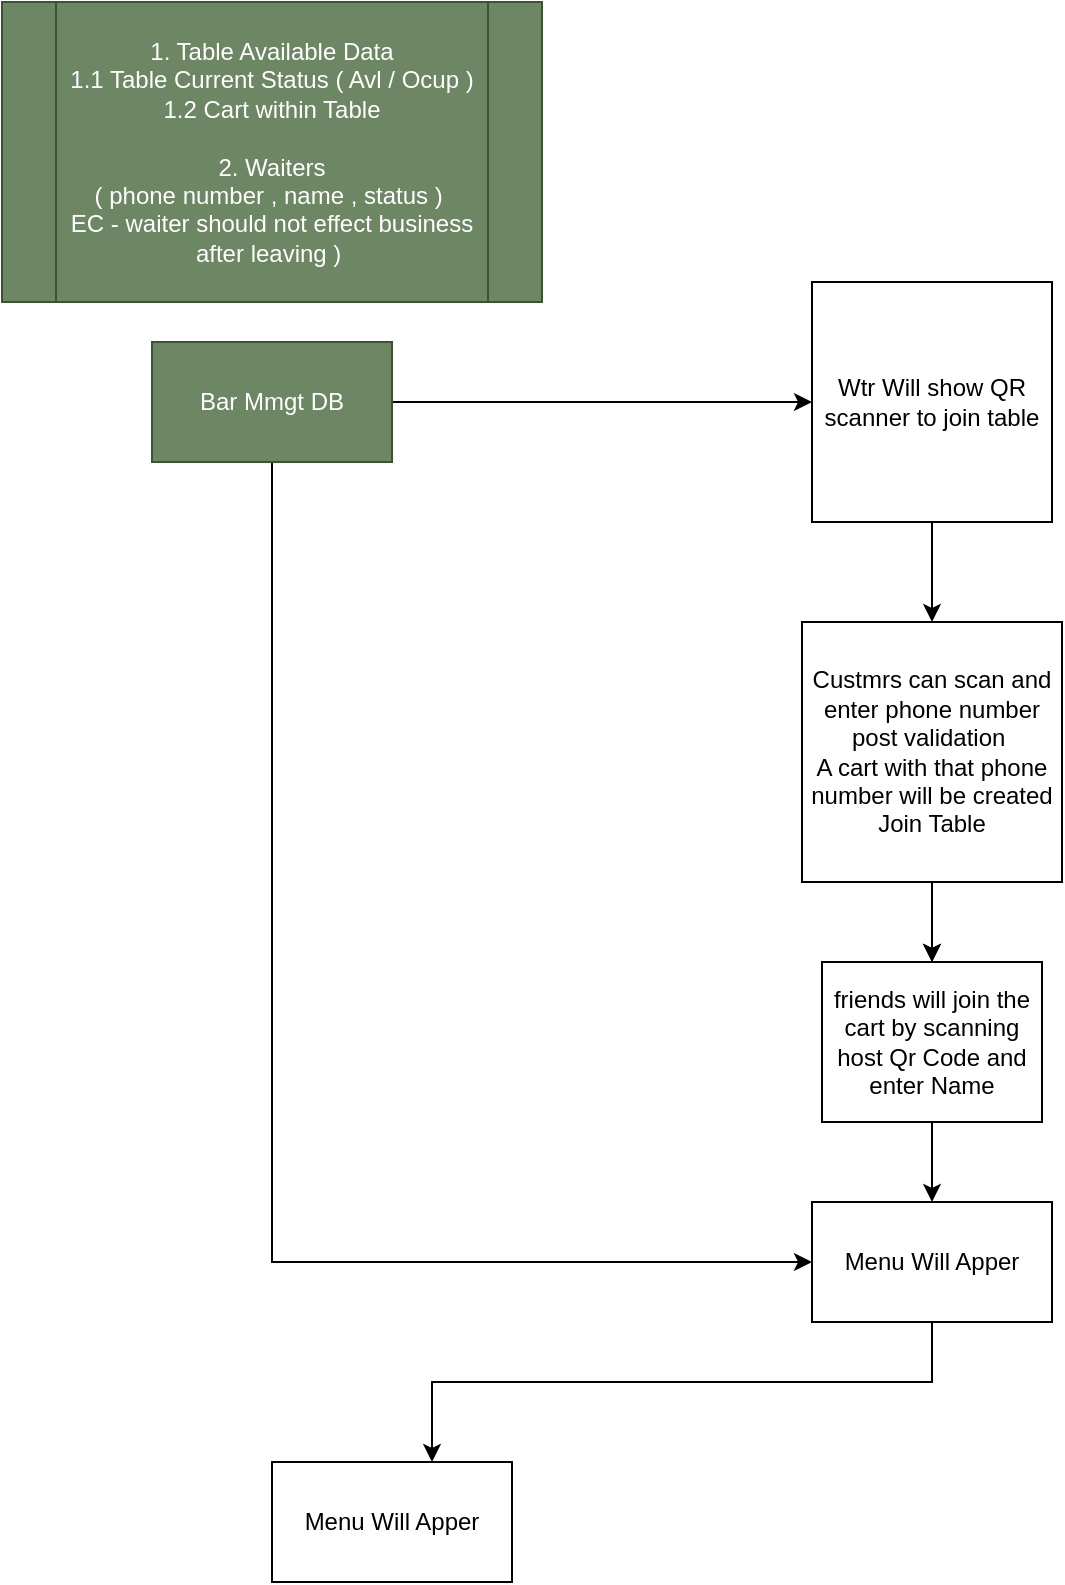
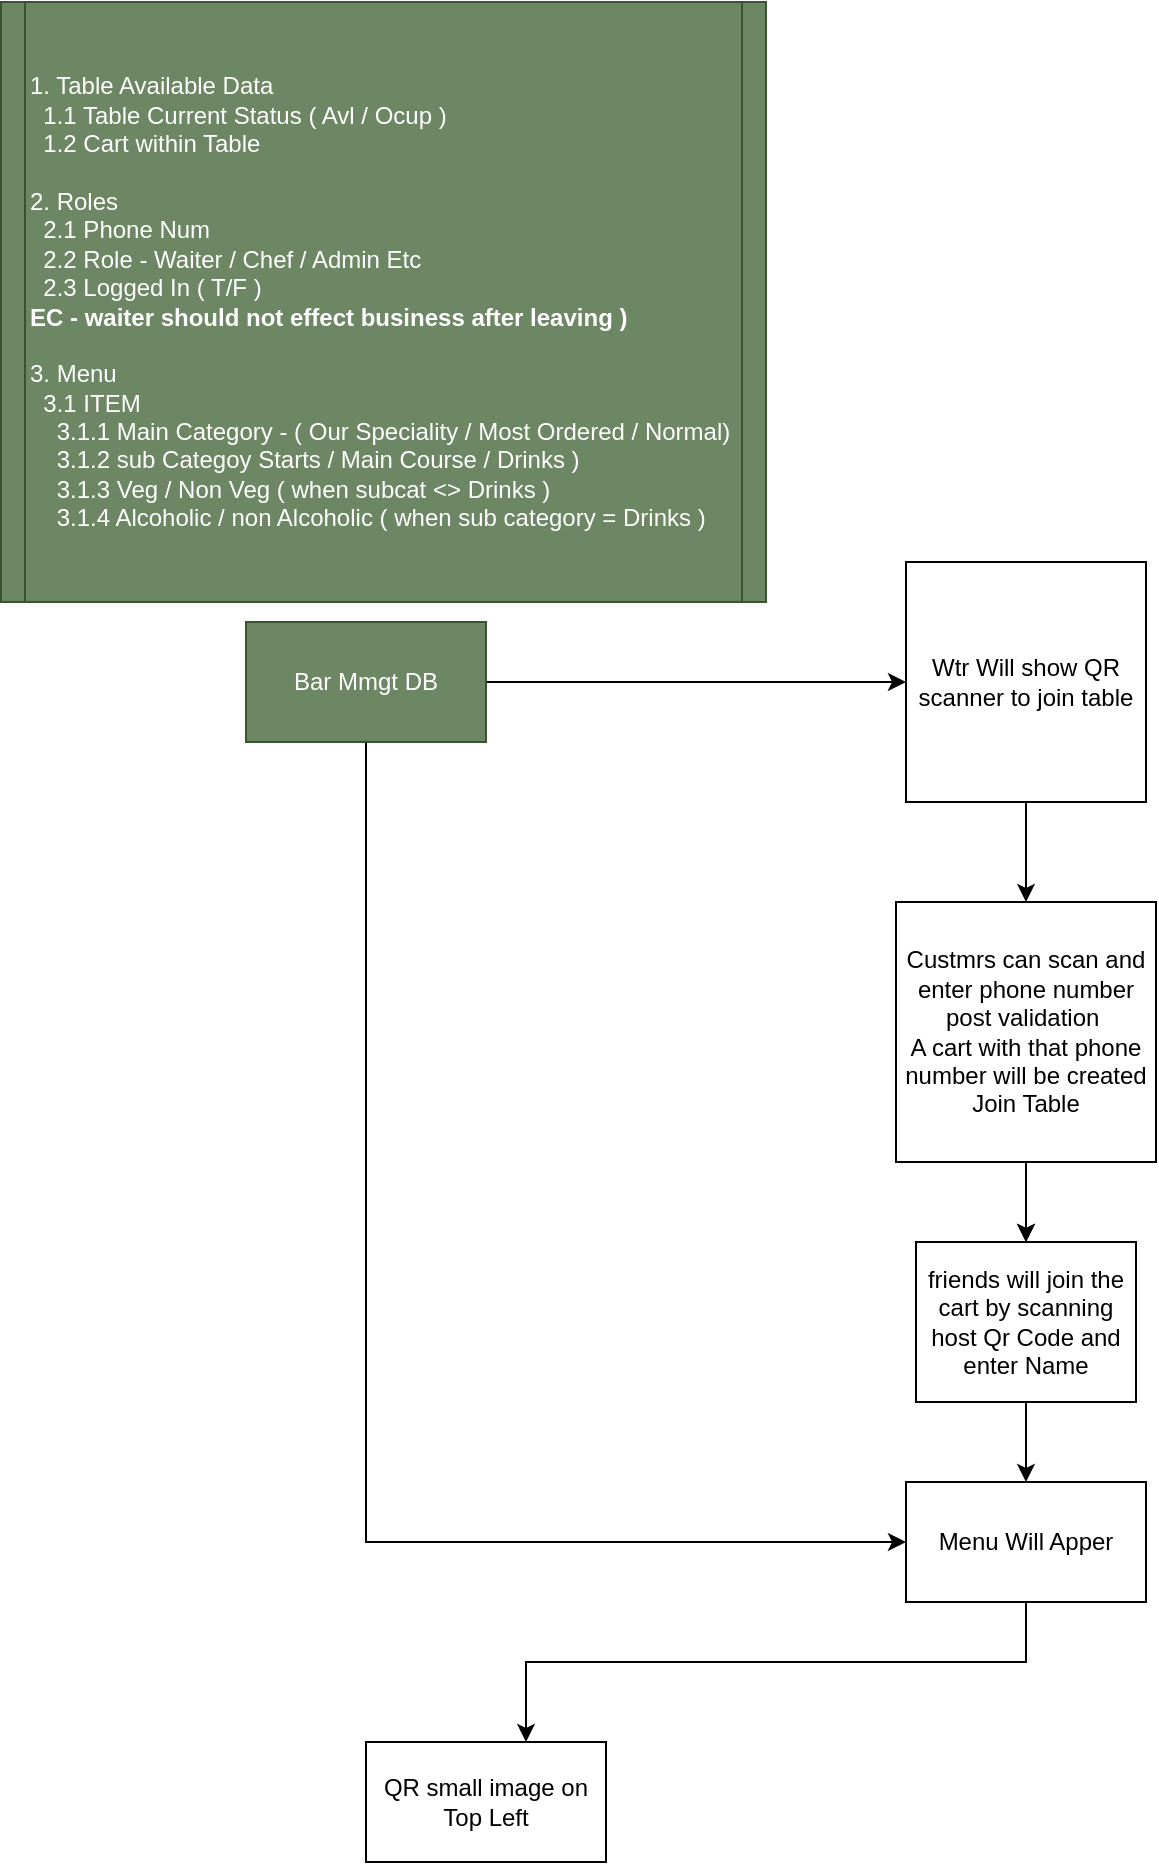
<mxfile host="app.diagrams.net">
  <diagram name="Page-1" id="HYXFhdCZsOsAsUOcpNND">
    <mxGraphModel dx="2514" dy="940" grid="1" gridSize="10" guides="1" tooltips="1" connect="1" arrows="1" fold="1" page="1" pageScale="1" pageWidth="850" pageHeight="1100" math="0" shadow="0">
      <root>
        <mxCell id="0" />
        <mxCell id="1" parent="0" />
        <mxCell id="AH6f9zTNmLzOSUv1P6ux-3" edge="1" parent="1" source="AH6f9zTNmLzOSUv1P6ux-1" style="edgeStyle=orthogonalEdgeStyle;rounded=0;orthogonalLoop=1;jettySize=auto;html=1;" target="AH6f9zTNmLzOSUv1P6ux-2" value="">
          <mxGeometry relative="1" as="geometry" />
        </mxCell>
        <mxCell id="AH6f9zTNmLzOSUv1P6ux-1" parent="1" style="whiteSpace=wrap;html=1;aspect=fixed;" value="Wtr Will show QR scanner to join table" vertex="1">
          <mxGeometry height="120" width="120" x="370" y="290" as="geometry" />
        </mxCell>
        <mxCell id="AH6f9zTNmLzOSUv1P6ux-5" edge="1" parent="1" source="AH6f9zTNmLzOSUv1P6ux-2" style="edgeStyle=orthogonalEdgeStyle;rounded=0;orthogonalLoop=1;jettySize=auto;html=1;" target="AH6f9zTNmLzOSUv1P6ux-4" value="">
          <mxGeometry relative="1" as="geometry" />
        </mxCell>
        <mxCell id="AH6f9zTNmLzOSUv1P6ux-8" edge="1" parent="1" source="AH6f9zTNmLzOSUv1P6ux-2" style="edgeStyle=orthogonalEdgeStyle;rounded=0;orthogonalLoop=1;jettySize=auto;html=1;" target="AH6f9zTNmLzOSUv1P6ux-4" value="">
          <mxGeometry relative="1" as="geometry" />
        </mxCell>
        <mxCell id="AH6f9zTNmLzOSUv1P6ux-2" parent="1" style="whiteSpace=wrap;html=1;aspect=fixed;" value="&lt;div&gt;Custmrs can scan and enter phone number post validation&amp;nbsp;&lt;br&gt;A cart with that phone number will be created&lt;br&gt;Join Table&lt;/div&gt;" vertex="1">
          <mxGeometry height="130" width="130" x="365" y="460" as="geometry" />
        </mxCell>
        <mxCell id="AH6f9zTNmLzOSUv1P6ux-7" edge="1" parent="1" source="AH6f9zTNmLzOSUv1P6ux-4" style="edgeStyle=orthogonalEdgeStyle;rounded=0;orthogonalLoop=1;jettySize=auto;html=1;" target="AH6f9zTNmLzOSUv1P6ux-6" value="">
          <mxGeometry relative="1" as="geometry" />
        </mxCell>
        <mxCell id="AH6f9zTNmLzOSUv1P6ux-4" parent="1" style="whiteSpace=wrap;html=1;" value="friends will join the cart by scanning host Qr Code and enter Name" vertex="1">
          <mxGeometry height="80" width="110" x="375" y="630" as="geometry" />
        </mxCell>
        <mxCell id="AH6f9zTNmLzOSUv1P6ux-12" edge="1" parent="1" source="AH6f9zTNmLzOSUv1P6ux-6" style="edgeStyle=orthogonalEdgeStyle;rounded=0;orthogonalLoop=1;jettySize=auto;html=1;" target="AH6f9zTNmLzOSUv1P6ux-11" value="">
          <mxGeometry relative="1" as="geometry">
            <Array as="points">
              <mxPoint x="430" y="840" />
              <mxPoint x="180" y="840" />
            </Array>
          </mxGeometry>
        </mxCell>
        <mxCell id="AH6f9zTNmLzOSUv1P6ux-14" edge="1" parent="1" source="AH6f9zTNmLzOSUv1P6ux-13" style="edgeStyle=orthogonalEdgeStyle;rounded=0;orthogonalLoop=1;jettySize=auto;html=1;entryX=0;entryY=0.5;entryDx=0;entryDy=0;exitX=0.5;exitY=1;exitDx=0;exitDy=0;" target="AH6f9zTNmLzOSUv1P6ux-6" value="">
          <mxGeometry relative="1" as="geometry">
            <mxPoint x="280" y="650" as="sourcePoint" />
          </mxGeometry>
        </mxCell>
        <mxCell id="AH6f9zTNmLzOSUv1P6ux-6" parent="1" style="whiteSpace=wrap;html=1;" value="&lt;div&gt;Menu Will Apper&lt;/div&gt;" vertex="1">
          <mxGeometry height="60" width="120" x="370" y="750" as="geometry" />
        </mxCell>
-         <mxCell id="AH6f9zTNmLzOSUv1P6ux-11" parent="1" style="whiteSpace=wrap;html=1;" value="&lt;div&gt;Menu Will Apper&lt;/div&gt;" vertex="1">
+         <mxCell id="AH6f9zTNmLzOSUv1P6ux-11" parent="1" style="whiteSpace=wrap;html=1;" value="QR small image on Top Left" vertex="1">
          <mxGeometry height="60" width="120" x="100" y="880" as="geometry" />
        </mxCell>
        <mxCell id="AH6f9zTNmLzOSUv1P6ux-15" edge="1" parent="1" source="AH6f9zTNmLzOSUv1P6ux-13" style="edgeStyle=orthogonalEdgeStyle;rounded=0;orthogonalLoop=1;jettySize=auto;html=1;entryX=0;entryY=0.5;entryDx=0;entryDy=0;" target="AH6f9zTNmLzOSUv1P6ux-1">
          <mxGeometry relative="1" as="geometry" />
        </mxCell>
        <mxCell id="AH6f9zTNmLzOSUv1P6ux-13" parent="1" style="whiteSpace=wrap;html=1;fillColor=#6d8764;fontColor=#ffffff;strokeColor=#3A5431;" value="Bar Mmgt DB" vertex="1">
          <mxGeometry height="60" width="120" x="40" y="320" as="geometry" />
        </mxCell>
-         <mxCell id="AH6f9zTNmLzOSUv1P6ux-16" parent="1" style="shape=process;whiteSpace=wrap;html=1;backgroundOutline=1;fillColor=#6d8764;strokeColor=#3A5431;fontColor=#ffffff;" value="&lt;div&gt;1. Table Available Data&lt;/div&gt;&lt;div&gt;1.1 Table Current Status ( Avl / Ocup )&lt;/div&gt;&lt;div&gt;1.2 Cart within Table&lt;br&gt;&lt;br&gt;2. Waiters&lt;br&gt;( phone number , name , status )&amp;nbsp;&lt;br&gt;EC - waiter should not effect business after leaving )&amp;nbsp;&lt;/div&gt;" vertex="1">
-           <mxGeometry height="150" width="270" x="-35" y="150" as="geometry" />
+         <mxCell id="AH6f9zTNmLzOSUv1P6ux-16" parent="1" style="shape=process;whiteSpace=wrap;html=1;backgroundOutline=1;fillColor=#6d8764;strokeColor=#3A5431;fontColor=#ffffff;gradientColor=none;align=left;size=0.03225806451612903;" value="&lt;div align=&quot;left&quot;&gt;1. Table Available Data&lt;/div&gt;&lt;div align=&quot;left&quot;&gt;&amp;nbsp; 1.1 Table Current Status ( Avl / Ocup )&lt;/div&gt;&lt;div align=&quot;left&quot;&gt;&amp;nbsp; 1.2 Cart within Table&lt;br&gt;&lt;br&gt;2. Roles&lt;br&gt;&amp;nbsp; 2.1 Phone Num&lt;br&gt;&amp;nbsp; 2.2 Role - Waiter / Chef / Admin Etc&lt;br&gt;&amp;nbsp; 2.3 Logged In ( T/F )&lt;br&gt;&lt;b&gt;EC - waiter should not effect business after leaving )&amp;nbsp;&lt;/b&gt;&lt;br&gt;&lt;br&gt;3. Menu&amp;nbsp;&lt;br&gt;&amp;nbsp; 3.1 ITEM&lt;br&gt;&amp;nbsp; &amp;nbsp; 3.1.1 Main Category - ( Our Speciality / Most Ordered / Normal)&lt;br&gt;&amp;nbsp; &amp;nbsp; 3.1.2 sub Categoy Starts / Main Course / Drinks )&lt;br&gt;&amp;nbsp; &amp;nbsp; 3.1.3 Veg / Non Veg ( when subcat &amp;lt;&amp;gt; Drinks )&lt;br&gt;&amp;nbsp; &amp;nbsp; 3.1.4 Alcoholic / non Alcoholic ( when sub category = Drinks )&lt;/div&gt;" vertex="1">
+           <mxGeometry height="300" width="382.5" x="-82.5" y="10" as="geometry" />
        </mxCell>
      </root>
    </mxGraphModel>
  </diagram>
</mxfile>
